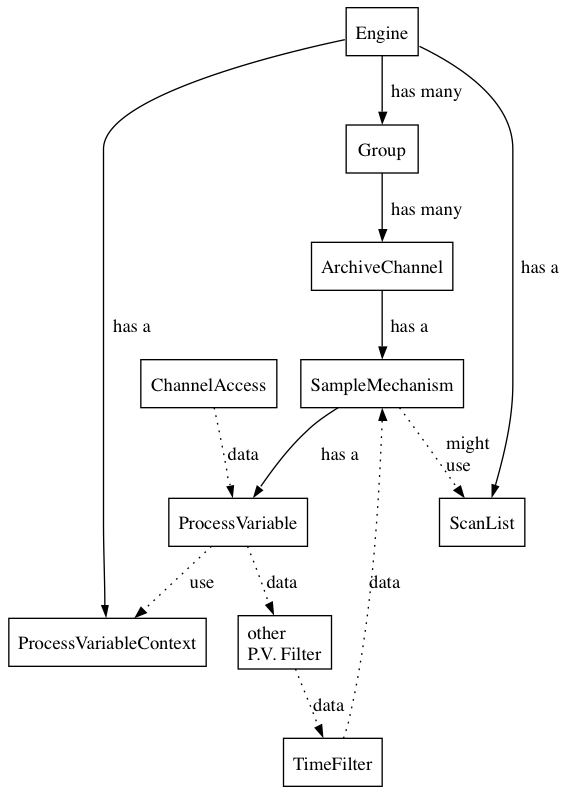
Before: manual/engine_api.png, a diagram exported from Graphviz (epics-extensions/ChannelArchiver). Its source is kept beside it as manual/engine_api.dot. Source of this version:
```dot

digraph Engine
{
    Engine [ shape=box ];

    ProcessVariableContext [ shape=box ];
    Engine -> ProcessVariableContext [ label="  has a" ];

    ScanList [ shape=box ];
    Engine -> ScanList [ label="  has a" ];

    Group [ shape=box ];
    Engine -> Group [ label="  has many" ];

    ArchiveChannel [ shape=box ];
    Group -> ArchiveChannel [ label="  has many" ];

    SampleMechanism [ shape=box ];
    ArchiveChannel -> SampleMechanism [ label="  has a" ];
    SampleMechanism -> ScanList [ label="might\luse\l", style=dotted ]

    TimeFilter [ shape=box ];
    TimeFilter -> SampleMechanism [ label="data", style=dotted ];

    RepeatFilter [ label="other\lP.V. Filter\l", shape=box ];
    RepeatFilter -> TimeFilter [ label="data", style=dotted ];

    ProcessVariable [ shape=box ];
    ProcessVariable -> RepeatFilter [ label="data", style=dotted ];
    ProcessVariable -> ProcessVariableContext [ label="use", style=dotted ]

    ChannelAccess [ shape=box ];
    ChannelAccess -> ProcessVariable [ label="data", style=dotted ];

    SampleMechanism -> ProcessVariable [ label="  has a" ];
}
```
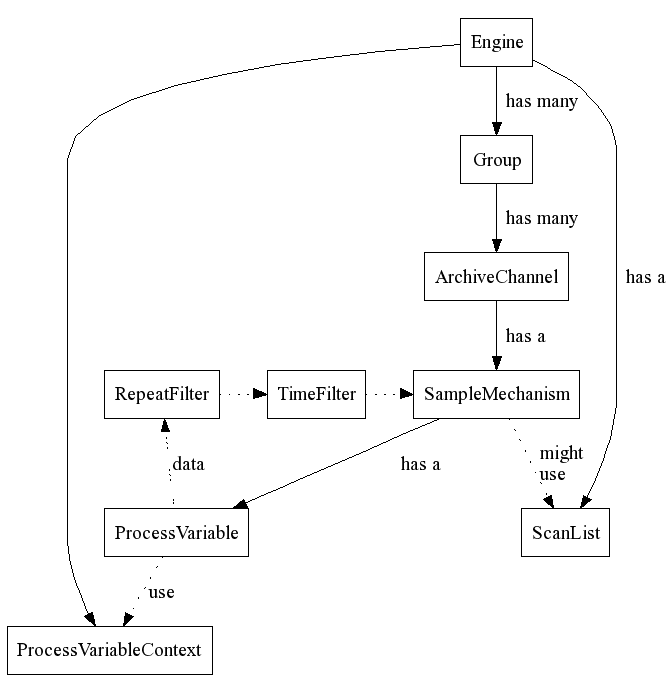
The same diagram one commit later.

Diff of the diagram source:
```diff
@@ -4,7 +4,7 @@
     Engine [ shape=box ];
 
     ProcessVariableContext [ shape=box ];
-    Engine -> ProcessVariableContext [ label="  has a" ];
+    Engine -> ProcessVariableContext;
 
     ScanList [ shape=box ];
     Engine -> ScanList [ label="  has a" ];
@@ -19,18 +19,18 @@
     ArchiveChannel -> SampleMechanism [ label="  has a" ];
     SampleMechanism -> ScanList [ label="might\luse\l", style=dotted ]
 
-    TimeFilter [ shape=box ];
-    TimeFilter -> SampleMechanism [ label="data", style=dotted ];
+    {
+       rank=same;
+       TimeFilter [ shape=box ];
+       TimeFilter -> SampleMechanism [ style=dotted ];
 
-    RepeatFilter [ label="other\lP.V. Filter\l", shape=box ];
-    RepeatFilter -> TimeFilter [ label="data", style=dotted ];
+       RepeatFilter [ shape=box ];
+       RepeatFilter -> TimeFilter [ style=dotted ];
+    }
 
     ProcessVariable [ shape=box ];
     ProcessVariable -> RepeatFilter [ label="data", style=dotted ];
     ProcessVariable -> ProcessVariableContext [ label="use", style=dotted ]
 
-    ChannelAccess [ shape=box ];
-    ChannelAccess -> ProcessVariable [ label="data", style=dotted ];
-
     SampleMechanism -> ProcessVariable [ label="  has a" ];
 }
```
